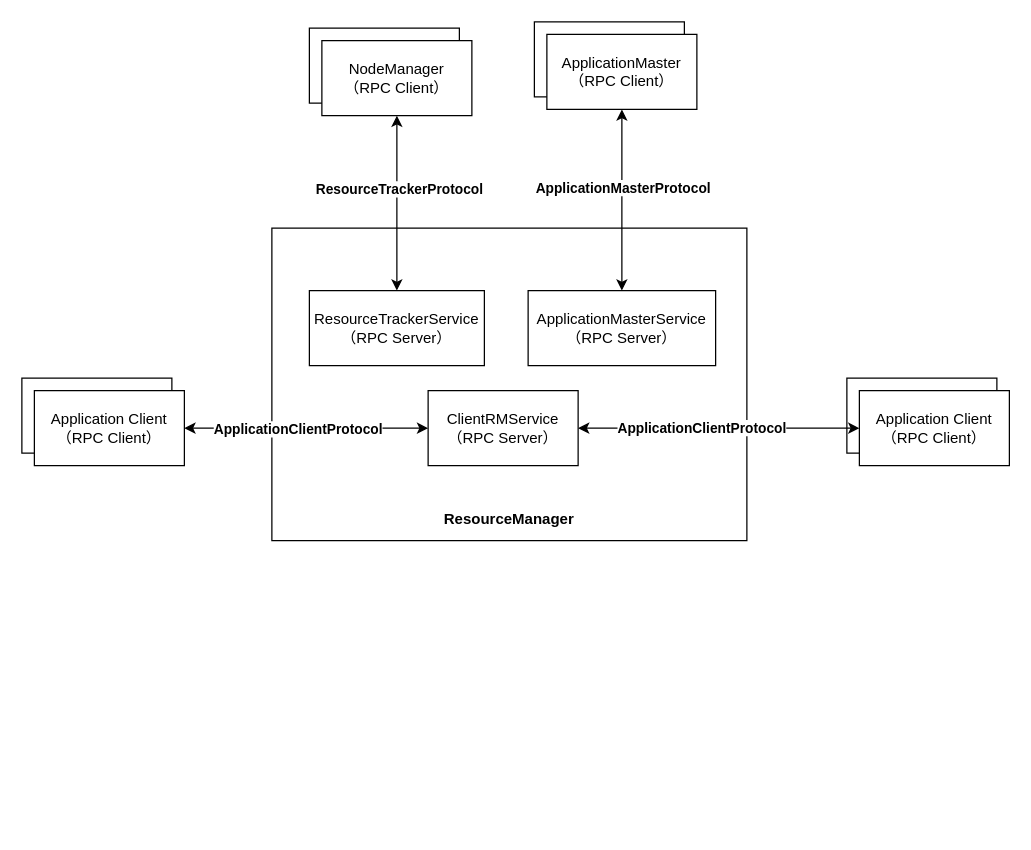
The draw.io diagram Yarn/ResourceManager相关的RPC协议.drawio in chenshuai1995/a-imgs, before the edit. Source tidied: cells renumbered, new cells numbered last; positions are measured from the earlier drawing's top-left corner, leaving out a move shared by most shapes. Both pictures are drawn from the tidied source at 125%, with x=0, y=0 at pixel (21, 21).
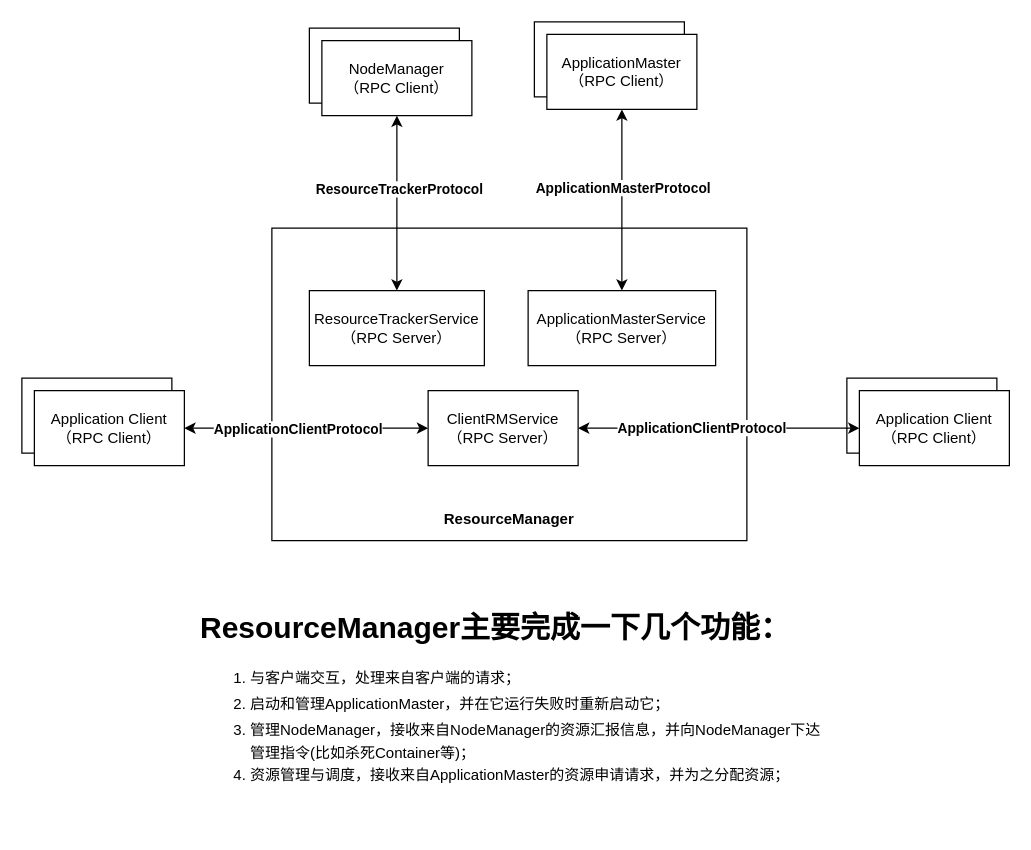
Above is the later version.

Commit message (it also covers changes not shown here):
更新ResourceManager相关的RPC协议.drawio

Diff of the diagram source:
```diff
@@
+    <mxCell id="22" value="&lt;h1&gt;ResourceManager主要完成一下几个功能：&lt;/h1&gt;&lt;p&gt;&lt;/p&gt;&lt;ol style=&quot;line-height: 150%&quot;&gt;&lt;li&gt;&lt;span&gt;与客户端交互，处理来自客户端的请求；&lt;/span&gt;&lt;/li&gt;&lt;li&gt;&lt;span style=&quot;line-height: 200%&quot;&gt;启动和管理ApplicationMaster，并在它运行失败时重新启动它；&lt;/span&gt;&lt;/li&gt;&lt;li&gt;&lt;span&gt;管理NodeManager，接收来自NodeManager的资源汇报信息，并向NodeManager下达管理指令(比如杀死Container等)；&lt;br&gt;&lt;/span&gt;&lt;/li&gt;&lt;li&gt;&lt;span&gt;资源管理与调度，接收来自ApplicationMaster的资源申请请求，并为之分配资源；&lt;br&gt;&lt;/span&gt;&lt;/li&gt;&lt;/ol&gt;&lt;p&gt;&lt;/p&gt;" style="text;html=1;strokeColor=none;fillColor=none;spacing=5;spacingTop=-20;overflow=hidden;rounded=0;whiteSpace=wrap;" parent="1" vertex="1">
+      <mxGeometry x="137.5" y="465" width="505" height="180" as="geometry" />
+    </mxCell>
```
